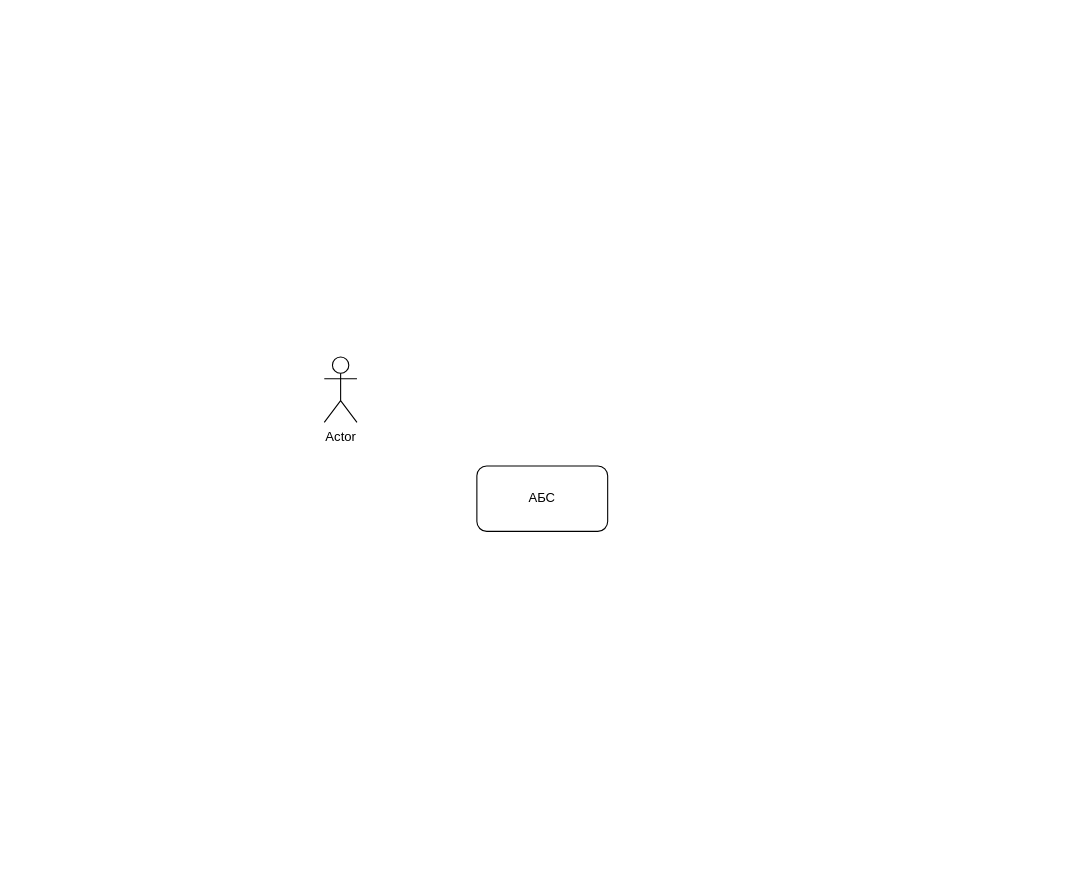
This is Диаграмма без названия.drawio from Laborant90/architecture-standart, a draw.io file, before an edit. Source tidied: cells renumbered, new cells numbered last; positions are measured from the earlier drawing's top-left corner, leaving out a move shared by most shapes. Both pictures are drawn from the tidied source at 109%, with x=0, y=0 at pixel (324, 356).
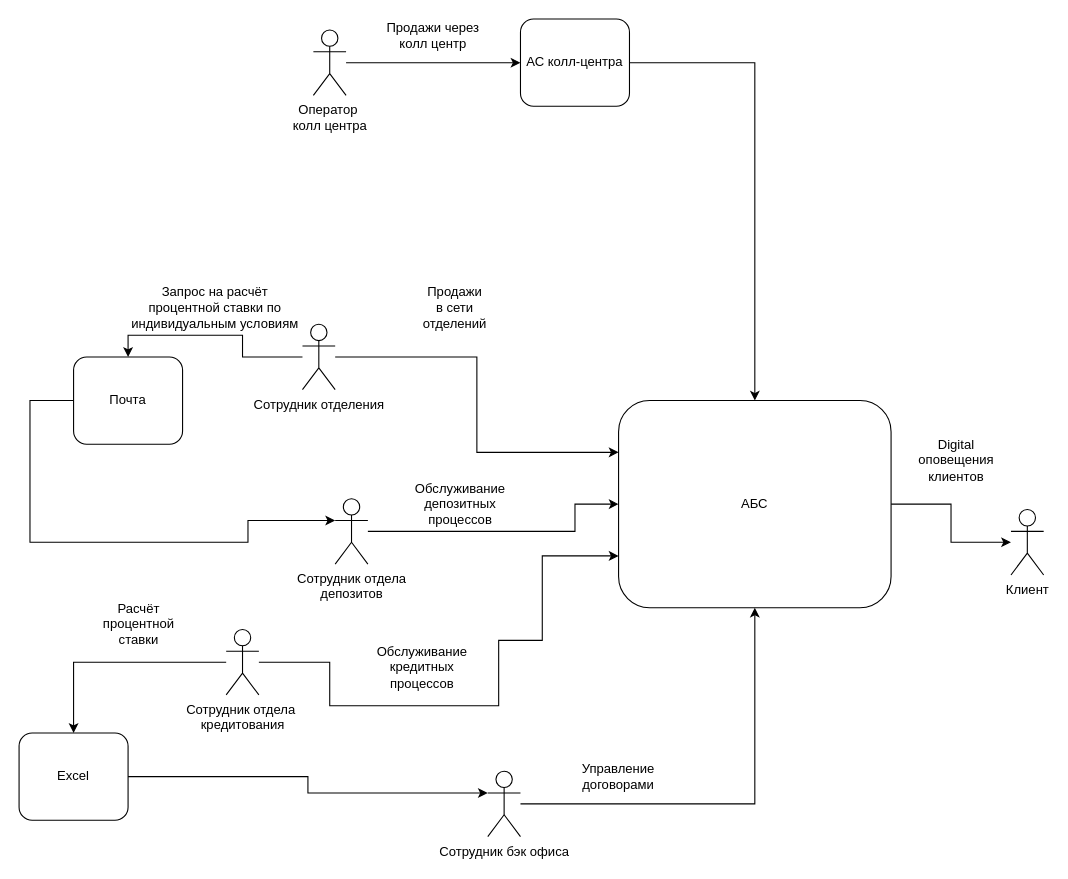
The same diagram, later.

What changed in the source:
```diff
@@
-    <mxCell id="2" value="Actor" style="shape=umlActor;verticalLabelPosition=bottom;verticalAlign=top;html=1;" parent="1" vertex="1">
-      <mxGeometry width="30" height="60" as="geometry" />
+    <mxCell id="2" value="Оператор&amp;nbsp;&lt;div&gt;колл центра&lt;/div&gt;" style="shape=umlActor;verticalLabelPosition=bottom;verticalAlign=top;html=1;" parent="1" vertex="1">
+      <mxGeometry x="-10" y="-300" width="30" height="60" as="geometry" />
     </mxCell>
+    <mxCell id="4" style="edgeStyle=orthogonalEdgeStyle;rounded=0;jettySize=auto;html=1;" parent="1" edge="1" source="3" target="13">
+      <mxGeometry relative="1" as="geometry" />
+    </mxCell>
     <mxCell id="3" value="АБС" style="rounded=1;whiteSpace=wrap;html=1;" parent="1" vertex="1">
-      <mxGeometry x="140" y="100" width="120" height="60" as="geometry" />
+      <mxGeometry x="270" y="40" width="250" height="190" as="geometry" />
     </mxCell>
+    <mxCell id="5" style="edgeStyle=orthogonalEdgeStyle;rounded=0;jettySize=auto;html=1;entryX=0;entryY=0.25;entryDx=0;entryDy=0;" parent="1" edge="1" source="7" target="3">
+      <mxGeometry relative="1" as="geometry">
+        <Array as="points">
+          <mxPoint x="5" />
+          <mxPoint x="140" />
+          <mxPoint x="140" y="88" />
+        </Array>
+      </mxGeometry>
+    </mxCell>
+    <mxCell id="6" style="edgeStyle=orthogonalEdgeStyle;rounded=0;jettySize=auto;html=1;entryX=0.5;entryY=0;entryDx=0;entryDy=0;" parent="1" edge="1" source="7" target="25">
+      <mxGeometry relative="1" as="geometry" />
+    </mxCell>
+    <mxCell id="7" value="Сотрудник отделения" style="shape=umlActor;verticalLabelPosition=bottom;verticalAlign=top;html=1;" parent="1" vertex="1">
+      <mxGeometry x="-20" y="-30" width="30" height="60" as="geometry" />
+    </mxCell>
+    <mxCell id="8" value="АС колл-центра" style="rounded=1;whiteSpace=wrap;html=1;" parent="1" vertex="1">
+      <mxGeometry x="180" y="-310" width="100" height="80" as="geometry" />
+    </mxCell>
+    <mxCell id="9" value="Excel" style="rounded=1;whiteSpace=wrap;html=1;" parent="1" vertex="1">
+      <mxGeometry x="-280" y="345" width="100" height="80" as="geometry" />
+    </mxCell>
+    <mxCell id="10" style="edgeStyle=orthogonalEdgeStyle;rounded=0;jettySize=auto;html=1;entryX=0;entryY=0.75;entryDx=0;entryDy=0;" parent="1" edge="1" source="29" target="3">
+      <mxGeometry relative="1" as="geometry">
+        <Array as="points">
+          <mxPoint x="5" y="320" />
+          <mxPoint x="160" y="320" />
+          <mxPoint x="160" y="260" />
+          <mxPoint x="200" y="260" />
+          <mxPoint x="200" y="183" />
+        </Array>
+      </mxGeometry>
+    </mxCell>
+    <mxCell id="11" style="edgeStyle=orthogonalEdgeStyle;rounded=0;jettySize=auto;html=1;entryX=0;entryY=0.5;entryDx=0;entryDy=0;" parent="1" edge="1" source="12" target="3">
+      <mxGeometry relative="1" as="geometry">
+        <Array as="points">
+          <mxPoint x="230" y="160" />
+          <mxPoint x="230" y="135" />
+        </Array>
+      </mxGeometry>
+    </mxCell>
+    <mxCell id="12" value="Сотрудник отдела&lt;div&gt;депозитов&lt;/div&gt;" style="shape=umlActor;verticalLabelPosition=bottom;verticalAlign=top;html=1;" parent="1" vertex="1">
+      <mxGeometry x="10" y="130" width="30" height="60" as="geometry" />
+    </mxCell>
+    <mxCell id="13" value="Клиент" style="shape=umlActor;verticalLabelPosition=bottom;verticalAlign=top;html=1;" parent="1" vertex="1">
+      <mxGeometry x="630" y="140" width="30" height="60" as="geometry" />
+    </mxCell>
+    <mxCell id="14" style="endArrow=classic;html=1;rounded=0;entryX=0;entryY=0.5;entryDx=0;entryDy=0;" parent="1" edge="1" source="2" target="8">
+      <mxGeometry relative="1" as="geometry" />
+    </mxCell>
+    <mxCell id="15" style="endArrow=classic;html=1;rounded=0;exitX=1;exitY=0.5;exitDx=0;exitDy=0;entryX=0.5;entryY=0;entryDx=0;entryDy=0;" parent="1" edge="1" source="8" target="3">
+      <mxGeometry relative="1" as="geometry">
+        <Array as="points">
+          <mxPoint x="395" y="-270" />
+          <mxPoint x="395" y="-50" />
+        </Array>
+      </mxGeometry>
+    </mxCell>
+    <mxCell id="16" value="Обслуживание депозитных процессов" style="text;html=1;align=center;verticalAlign=middle;whiteSpace=wrap;rounded=0;" parent="1" vertex="1">
+      <mxGeometry x="95" y="120" width="60" height="30" as="geometry" />
+    </mxCell>
+    <mxCell id="17" value="Обслуживание кредитных процессов" style="text;html=1;align=center;verticalAlign=middle;whiteSpace=wrap;rounded=0;" parent="1" vertex="1">
+      <mxGeometry x="60" y="270" width="60" height="30" as="geometry" />
+    </mxCell>
+    <mxCell id="18" value="Продажи в сети отделений" style="text;html=1;align=center;verticalAlign=middle;whiteSpace=wrap;rounded=0;" parent="1" vertex="1">
+      <mxGeometry x="90" y="-60" width="60" height="30" as="geometry" />
+    </mxCell>
+    <mxCell id="19" value="Продажи через колл центр" style="text;html=1;align=center;verticalAlign=middle;whiteSpace=wrap;rounded=0;" parent="1" vertex="1">
+      <mxGeometry x="45" y="-310" width="110" height="30" as="geometry" />
+    </mxCell>
+    <mxCell id="20" value="Digital оповещения клиентов" style="text;html=1;align=center;verticalAlign=middle;whiteSpace=wrap;rounded=0;" parent="1" vertex="1">
+      <mxGeometry x="550" y="80" width="60" height="30" as="geometry" />
+    </mxCell>
+    <mxCell id="21" style="edgeStyle=orthogonalEdgeStyle;rounded=0;jettySize=auto;html=1;" parent="1" edge="1" source="22" target="3">
+      <mxGeometry relative="1" as="geometry" />
+    </mxCell>
+    <mxCell id="22" value="Сотрудник бэк офиса" style="shape=umlActor;verticalLabelPosition=bottom;verticalAlign=top;html=1;" parent="1" vertex="1">
+      <mxGeometry x="150" y="380" width="30" height="60" as="geometry" />
+    </mxCell>
+    <mxCell id="23" value="Управление договорами" style="text;html=1;align=center;verticalAlign=middle;whiteSpace=wrap;rounded=0;" parent="1" vertex="1">
+      <mxGeometry x="240" y="370" width="60" height="30" as="geometry" />
+    </mxCell>
+    <mxCell id="24" value="Расчёт процентной ставки" style="text;html=1;align=center;verticalAlign=middle;whiteSpace=wrap;rounded=0;" parent="1" vertex="1">
+      <mxGeometry x="-200" y="230" width="60" height="30" as="geometry" />
+    </mxCell>
+    <mxCell id="25" value="Почта" style="rounded=1;whiteSpace=wrap;html=1;" parent="1" vertex="1">
+      <mxGeometry x="-230" width="100" height="80" as="geometry" />
+    </mxCell>
+    <mxCell id="26" style="edgeStyle=orthogonalEdgeStyle;rounded=0;jettySize=auto;html=1;entryX=0;entryY=0.3333333333333333;entryDx=0;entryDy=0;entryPerimeter=0;" parent="1" edge="1" source="25" target="12">
+      <mxGeometry relative="1" as="geometry">
+        <Array as="points">
+          <mxPoint x="-270" y="40" />
+          <mxPoint x="-270" y="170" />
+          <mxPoint x="-70" y="170" />
+          <mxPoint x="-70" y="150" />
+        </Array>
+      </mxGeometry>
+    </mxCell>
+    <mxCell id="27" value="Запрос на расчёт процентной ставки по индивидуальным условиям" style="text;html=1;align=center;verticalAlign=middle;whiteSpace=wrap;rounded=0;" parent="1" vertex="1">
+      <mxGeometry x="-180" y="-60" width="160" height="30" as="geometry" />
+    </mxCell>
+    <mxCell id="28" style="edgeStyle=orthogonalEdgeStyle;rounded=0;jettySize=auto;html=1;entryX=0.5;entryY=0;entryDx=0;entryDy=0;" parent="1" edge="1" source="29" target="9">
+      <mxGeometry relative="1" as="geometry" />
+    </mxCell>
+    <mxCell id="29" value="Сотрудник отдела&amp;nbsp;&lt;div&gt;кредитования&lt;/div&gt;" style="shape=umlActor;verticalLabelPosition=bottom;verticalAlign=top;html=1;" parent="1" vertex="1">
+      <mxGeometry x="-90" y="250" width="30" height="60" as="geometry" />
+    </mxCell>
+    <mxCell id="30" style="edgeStyle=orthogonalEdgeStyle;rounded=0;jettySize=auto;html=1;entryX=0;entryY=0.3333333333333333;entryDx=0;entryDy=0;entryPerimeter=0;" parent="1" edge="1" source="9" target="22">
+      <mxGeometry relative="1" as="geometry" />
+    </mxCell>
```
